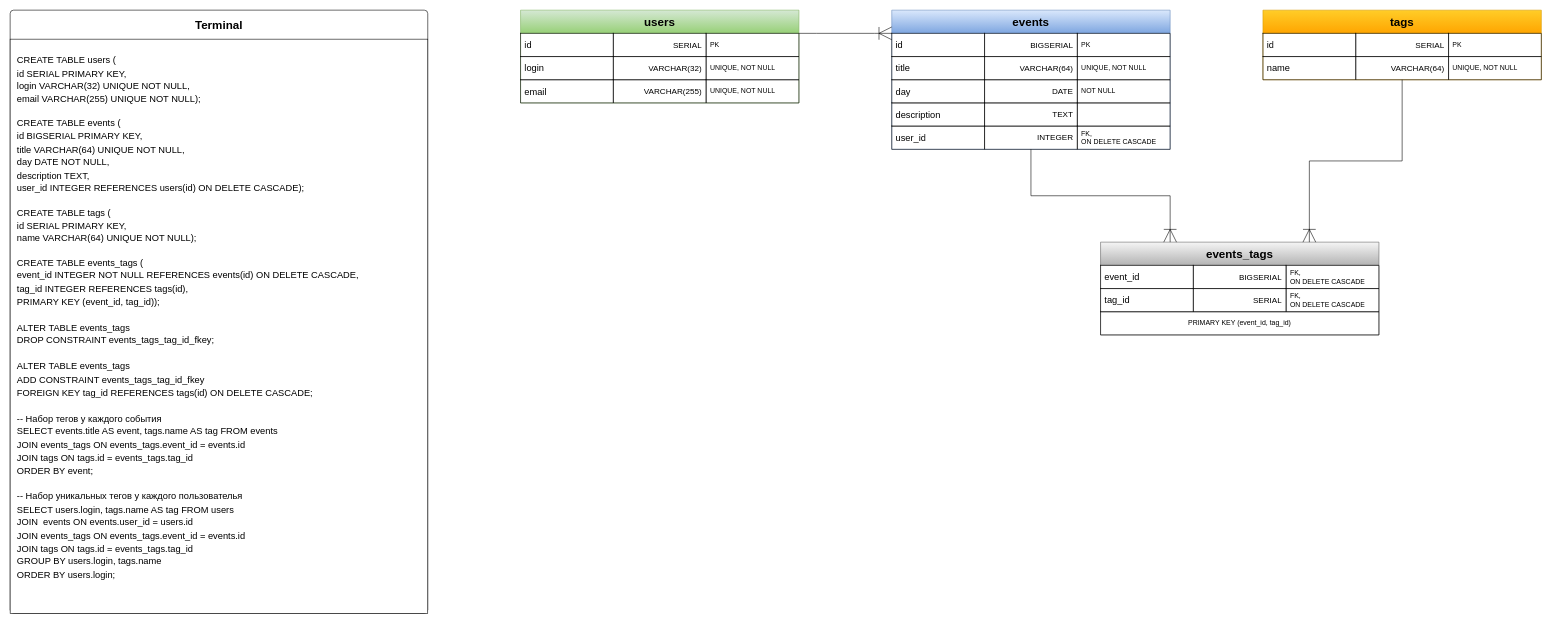
EugeneKovalskyi/MyHistory keeps this draw.io diagram as server/my_history.drawio. Above is the earlier version. Source tidied: cells renumbered, new cells numbered last; positions are measured from the earlier drawing's top-left corner, leaving out a move shared by most shapes. Both pictures are drawn from the tidied source at 58%, with x=0, y=0 at pixel (10, 10).
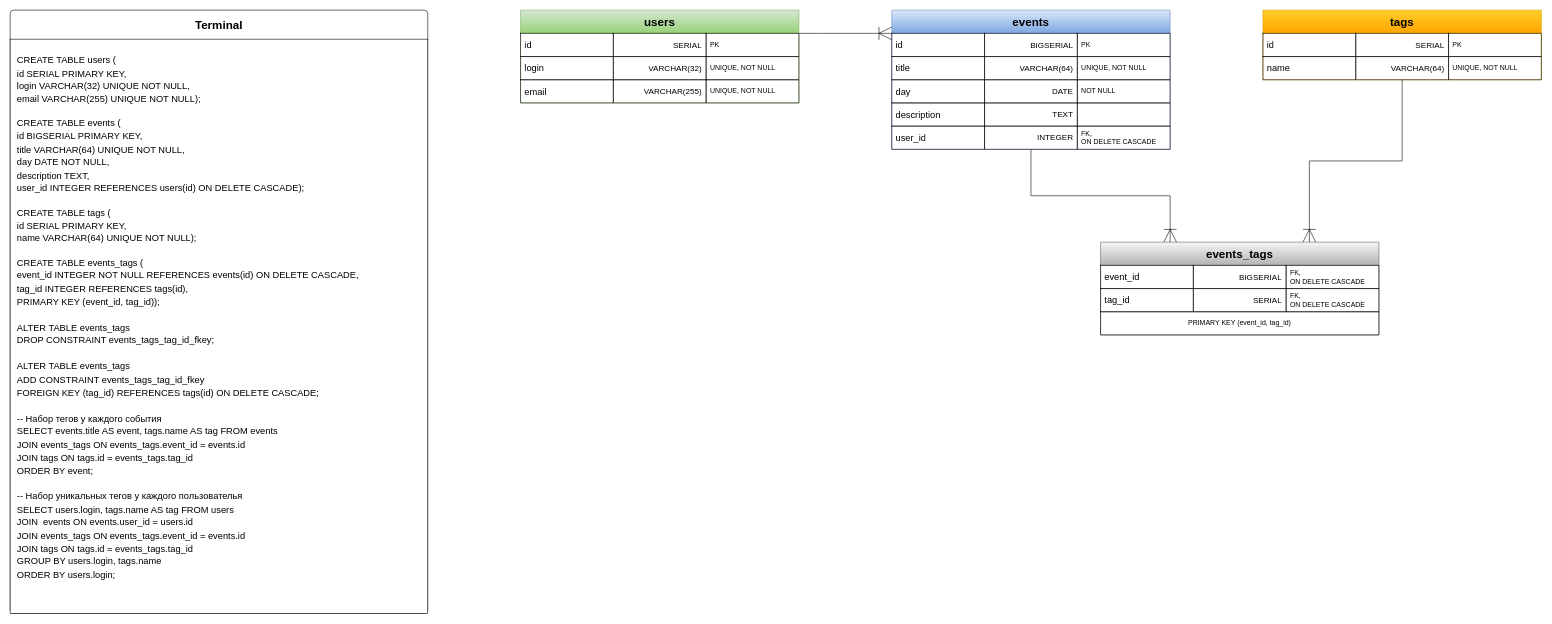
After the change.

Unchanged cells that the change refers to:
```xml
<mxCell id="46" value="&lt;b&gt;&lt;font style=&quot;font-size: 20px;&quot;&gt;Terminal&lt;/font&gt;&lt;/b&gt;" style="swimlane;horizontal=1;startSize=50;rounded=1;fontSize=16;fontStyle=1;strokeWidth=1;shadow=0;dashed=0;align=center;arcSize=4;whiteSpace=wrap;html=1;fillColor=light-dark(#FFFFFF,#242424);swimlaneHead=1;swimlaneBody=1;absoluteArcSize=0;strokeColor=light-dark(#000000,#BFBFBF);glass=0;swimlaneLine=0;autosizeGrid=1;backgroundOutline=0;overflow=visible;" parent="1" vertex="1">
  <mxGeometry width="720" height="1040" as="geometry" />
</mxCell>
```

What changed in the source:
```diff
@@
-    <mxCell id="47" value="&lt;div&gt;&lt;br&gt;&lt;/div&gt;&lt;div style=&quot;line-height: 140%;&quot;&gt;CREATE TABLE users (&lt;/div&gt;&lt;div style=&quot;line-height: 140%;&quot;&gt;id SERIAL PRIMARY KEY,&lt;/div&gt;&lt;div style=&quot;line-height: 140%;&quot;&gt;login VARCHAR(32) UNIQUE NOT NULL,&lt;/div&gt;&lt;div style=&quot;line-height: 140%;&quot;&gt;email VARCHAR(255) UNIQUE NOT NULL);&lt;/div&gt;&lt;div&gt;&lt;br&gt;&lt;/div&gt;&lt;div style=&quot;line-height: 140%;&quot;&gt;CREATE TABLE events (&lt;/div&gt;&lt;div style=&quot;line-height: 140%;&quot;&gt;id BIGSERIAL PRIMARY KEY,&lt;/div&gt;&lt;div style=&quot;line-height: 140%;&quot;&gt;title VARCHAR(64) UNIQUE NOT NULL,&lt;/div&gt;&lt;div style=&quot;line-height: 140%;&quot;&gt;day DATE NOT NULL,&lt;/div&gt;&lt;div style=&quot;line-height: 140%;&quot;&gt;description TEXT,&lt;/div&gt;&lt;div style=&quot;line-height: 140%;&quot;&gt;user_id INTEGER REFERENCES users(id) ON DELETE CASCADE);&lt;/div&gt;&lt;div&gt;&lt;br&gt;&lt;/div&gt;&lt;div style=&quot;line-height: 140%;&quot;&gt;CREATE TABLE tags (&lt;/div&gt;&lt;div style=&quot;line-height: 140%;&quot;&gt;id SERIAL PRIMARY KEY,&lt;/div&gt;&lt;div style=&quot;line-height: 140%;&quot;&gt;name VARCHAR(64) UNIQUE NOT NULL);&lt;/div&gt;&lt;div&gt;&lt;br&gt;&lt;/div&gt;&lt;div style=&quot;line-height: 140%;&quot;&gt;CREATE TABLE events_tags (&lt;/div&gt;&lt;div style=&quot;line-height: 140%;&quot;&gt;event_id INTEGER NOT NULL&amp;nbsp;REFERENCES events(id) ON DELETE CASCADE,&lt;/div&gt;&lt;div style=&quot;line-height: 140%;&quot;&gt;tag_id INTEGER&amp;nbsp;REFERENCES tags(id),&lt;br&gt;&lt;/div&gt;&lt;div style=&quot;line-height: 140%;&quot;&gt;PRIMARY KEY (event_id, tag_id));&lt;/div&gt;&lt;div style=&quot;line-height: 140%;&quot;&gt;&lt;br&gt;&lt;/div&gt;&lt;div style=&quot;line-height: 140%;&quot;&gt;ALTER TABLE events_tags&amp;nbsp;&lt;/div&gt;&lt;div style=&quot;line-height: 140%;&quot;&gt;DROP CONSTRAINT events_tags_tag_id_fkey;&lt;/div&gt;&lt;div style=&quot;line-height: 140%;&quot;&gt;&lt;br&gt;&lt;/div&gt;&lt;div style=&quot;line-height: 140%;&quot;&gt;ALTER TABLE events_tags&amp;nbsp;&lt;/div&gt;&lt;div style=&quot;line-height: 140%;&quot;&gt;ADD CONSTRAINT events_tags_tag_id_fkey&amp;nbsp;&lt;/div&gt;&lt;div style=&quot;line-height: 140%;&quot;&gt;FOREIGN KEY tag_id REFERENCES tags(id) ON DELETE CASCADE;&lt;/div&gt;&lt;div style=&quot;line-height: 140%;&quot;&gt;&lt;br&gt;&lt;/div&gt;&lt;div style=&quot;line-height: 140%;&quot;&gt;&lt;div style=&quot;line-height: 140%;&quot;&gt;-- Набор тегов у каждого события&lt;/div&gt;&lt;div style=&quot;line-height: 140%;&quot;&gt;SELECT events.title AS event, tags.name AS tag FROM events&lt;/div&gt;&lt;div style=&quot;line-height: 140%;&quot;&gt;JOIN events_tags ON events_tags.event_id = events.id&lt;/div&gt;&lt;div style=&quot;line-height: 140%;&quot;&gt;JOIN tags ON tags.id = events_tags.tag_id&lt;/div&gt;ORDER BY event;&lt;/div&gt;&lt;div style=&quot;line-height: 140%;&quot;&gt;&lt;br&gt;&lt;/div&gt;&lt;div style=&quot;line-height: 140%;&quot;&gt;-- Набор уникальных тегов у каждого пользователья&lt;/div&gt;&lt;div style=&quot;line-height: 140%;&quot;&gt;SELECT users.login, tags.name AS tag FROM users&lt;br&gt;JOIN&amp;nbsp; events ON events.user_id = users.id&lt;/div&gt;&lt;div style=&quot;line-height: 140%;&quot;&gt;JOIN events_tags ON events_tags.event_id = events.id&lt;/div&gt;&lt;div style=&quot;line-height: 140%;&quot;&gt;JOIN tags ON tags.id = events_tags.tag_id&lt;/div&gt;&lt;div style=&quot;line-height: 140%;&quot;&gt;GROUP BY users.login, tags.name&lt;br&gt;&lt;/div&gt;&lt;div style=&quot;line-height: 140%;&quot;&gt;ORDER BY users.login;&lt;/div&gt;&lt;div style=&quot;line-height: 140%;&quot;&gt;&lt;br&gt;&lt;/div&gt;" style="align=left;strokeColor=light-dark(#000000,#BFBFBF);fillColor=light-dark(#FFFFFF,#2B0920);spacingLeft=10;fontSize=16;verticalAlign=top;html=1;strokeWidth=1;backgroundOutline=0;overflow=visible;noLabel=0;imageAspect=1;" parent="46" vertex="1">
+    <mxCell id="47" value="&lt;div&gt;&lt;br&gt;&lt;/div&gt;&lt;div style=&quot;line-height: 140%;&quot;&gt;CREATE TABLE users (&lt;/div&gt;&lt;div style=&quot;line-height: 140%;&quot;&gt;id SERIAL PRIMARY KEY,&lt;/div&gt;&lt;div style=&quot;line-height: 140%;&quot;&gt;login VARCHAR(32) UNIQUE NOT NULL,&lt;/div&gt;&lt;div style=&quot;line-height: 140%;&quot;&gt;email VARCHAR(255) UNIQUE NOT NULL);&lt;/div&gt;&lt;div&gt;&lt;br&gt;&lt;/div&gt;&lt;div style=&quot;line-height: 140%;&quot;&gt;CREATE TABLE events (&lt;/div&gt;&lt;div style=&quot;line-height: 140%;&quot;&gt;id BIGSERIAL PRIMARY KEY,&lt;/div&gt;&lt;div style=&quot;line-height: 140%;&quot;&gt;title VARCHAR(64) UNIQUE NOT NULL,&lt;/div&gt;&lt;div style=&quot;line-height: 140%;&quot;&gt;day DATE NOT NULL,&lt;/div&gt;&lt;div style=&quot;line-height: 140%;&quot;&gt;description TEXT,&lt;/div&gt;&lt;div style=&quot;line-height: 140%;&quot;&gt;user_id INTEGER REFERENCES users(id) ON DELETE CASCADE);&lt;/div&gt;&lt;div&gt;&lt;br&gt;&lt;/div&gt;&lt;div style=&quot;line-height: 140%;&quot;&gt;CREATE TABLE tags (&lt;/div&gt;&lt;div style=&quot;line-height: 140%;&quot;&gt;id SERIAL PRIMARY KEY,&lt;/div&gt;&lt;div style=&quot;line-height: 140%;&quot;&gt;name VARCHAR(64) UNIQUE NOT NULL);&lt;/div&gt;&lt;div&gt;&lt;br&gt;&lt;/div&gt;&lt;div style=&quot;line-height: 140%;&quot;&gt;CREATE TABLE events_tags (&lt;/div&gt;&lt;div style=&quot;line-height: 140%;&quot;&gt;event_id INTEGER NOT NULL&amp;nbsp;REFERENCES events(id) ON DELETE CASCADE,&lt;/div&gt;&lt;div style=&quot;line-height: 140%;&quot;&gt;tag_id INTEGER&amp;nbsp;REFERENCES tags(id),&lt;br&gt;&lt;/div&gt;&lt;div style=&quot;line-height: 140%;&quot;&gt;PRIMARY KEY (event_id, tag_id));&lt;/div&gt;&lt;div style=&quot;line-height: 140%;&quot;&gt;&lt;br&gt;&lt;/div&gt;&lt;div style=&quot;line-height: 140%;&quot;&gt;ALTER TABLE events_tags&amp;nbsp;&lt;/div&gt;&lt;div style=&quot;line-height: 140%;&quot;&gt;DROP CONSTRAINT events_tags_tag_id_fkey;&lt;/div&gt;&lt;div style=&quot;line-height: 140%;&quot;&gt;&lt;br&gt;&lt;/div&gt;&lt;div style=&quot;line-height: 140%;&quot;&gt;ALTER TABLE events_tags&amp;nbsp;&lt;/div&gt;&lt;div style=&quot;line-height: 140%;&quot;&gt;ADD CONSTRAINT events_tags_tag_id_fkey&amp;nbsp;&lt;/div&gt;&lt;div style=&quot;line-height: 140%;&quot;&gt;FOREIGN KEY (tag_id) REFERENCES tags(id) ON DELETE CASCADE;&lt;/div&gt;&lt;div style=&quot;line-height: 140%;&quot;&gt;&lt;br&gt;&lt;/div&gt;&lt;div style=&quot;line-height: 140%;&quot;&gt;&lt;div style=&quot;line-height: 140%;&quot;&gt;-- Набор тегов у каждого события&lt;/div&gt;&lt;div style=&quot;line-height: 140%;&quot;&gt;SELECT events.title AS event, tags.name AS tag FROM events&lt;/div&gt;&lt;div style=&quot;line-height: 140%;&quot;&gt;JOIN events_tags ON events_tags.event_id = events.id&lt;/div&gt;&lt;div style=&quot;line-height: 140%;&quot;&gt;JOIN tags ON tags.id = events_tags.tag_id&lt;/div&gt;ORDER BY event;&lt;/div&gt;&lt;div style=&quot;line-height: 140%;&quot;&gt;&lt;br&gt;&lt;/div&gt;&lt;div style=&quot;line-height: 140%;&quot;&gt;-- Набор уникальных тегов у каждого пользователья&lt;/div&gt;&lt;div style=&quot;line-height: 140%;&quot;&gt;SELECT users.login, tags.name AS tag FROM users&lt;br&gt;JOIN&amp;nbsp; events ON events.user_id = users.id&lt;/div&gt;&lt;div style=&quot;line-height: 140%;&quot;&gt;JOIN events_tags ON events_tags.event_id = events.id&lt;/div&gt;&lt;div style=&quot;line-height: 140%;&quot;&gt;JOIN tags ON tags.id = events_tags.tag_id&lt;/div&gt;&lt;div style=&quot;line-height: 140%;&quot;&gt;GROUP BY users.login, tags.name&lt;br&gt;&lt;/div&gt;&lt;div style=&quot;line-height: 140%;&quot;&gt;ORDER BY users.login;&lt;/div&gt;&lt;div style=&quot;line-height: 140%;&quot;&gt;&lt;br&gt;&lt;/div&gt;" style="align=left;strokeColor=light-dark(#000000,#BFBFBF);fillColor=light-dark(#FFFFFF,#2B0920);spacingLeft=10;fontSize=16;verticalAlign=top;html=1;strokeWidth=1;backgroundOutline=0;overflow=visible;noLabel=0;imageAspect=1;" parent="46" vertex="1">
       <mxGeometry y="50" width="720" height="990" as="geometry" />
     </mxCell>
```
